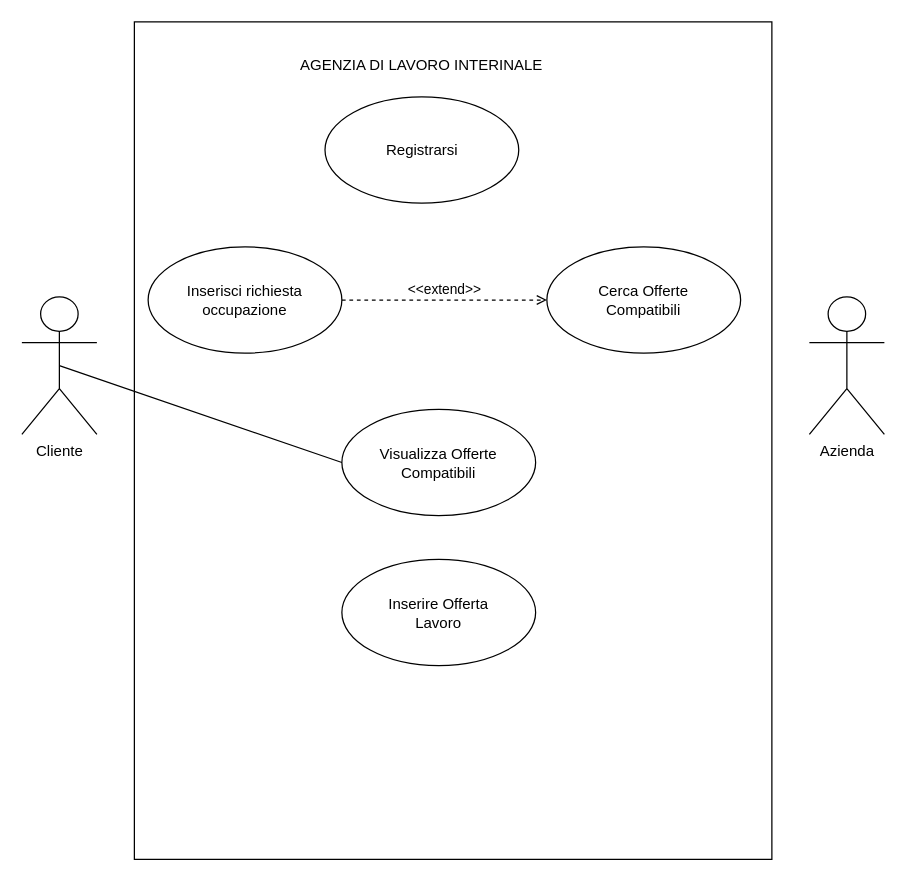
The draw.io diagram Diagramma senza titolo.drawio in RafidISL/DiagrammiUML, before the edit. Source tidied: cells renumbered, new cells numbered last; positions are measured from the earlier drawing's top-left corner, leaving out a move shared by most shapes. Both pictures are drawn from the tidied source at 125%, with x=0, y=0 at pixel (21, 21).
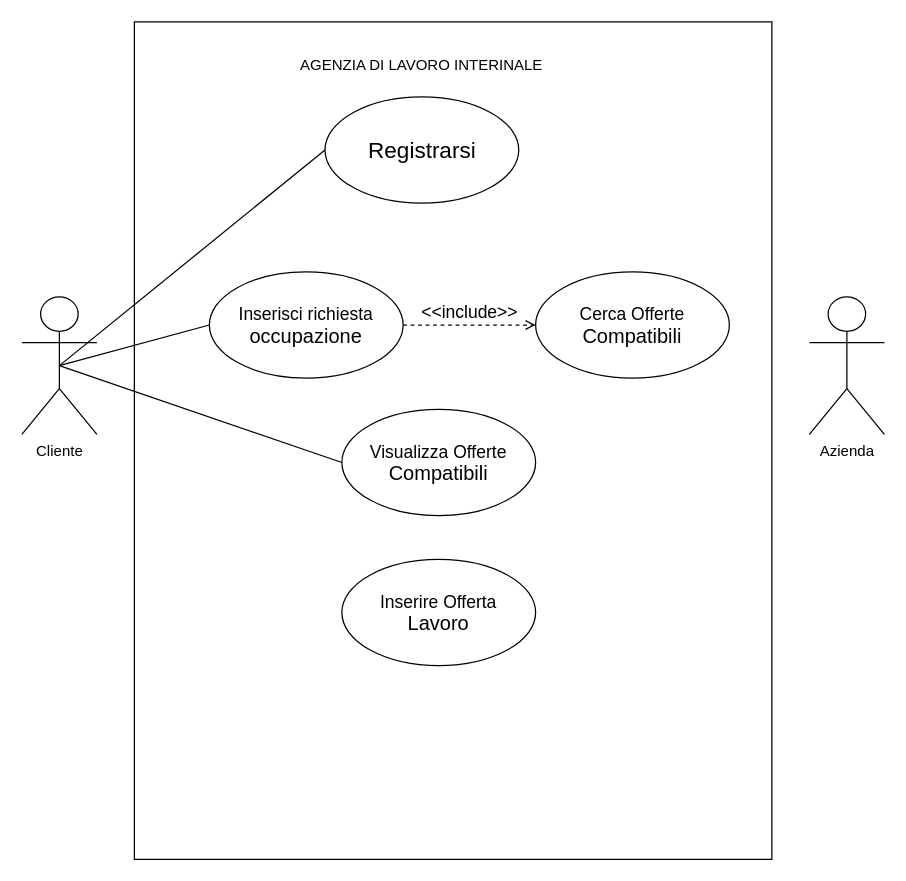
The same diagram, later.

What changed in the source:
```diff
@@
 <mxGraphModel>
   <root>
     <mxCell id="0" />
     <mxCell id="1" parent="0" />
     <mxCell id="2" style="rounded=0;whiteSpace=wrap;html=1;fillColor=none;" parent="1" vertex="1">
       <mxGeometry x="90" width="510" height="670" as="geometry" />
     </mxCell>
-    <mxCell id="3" value="Registrarsi" style="ellipse;whiteSpace=wrap;html=1;" parent="1" vertex="1">
+    <mxCell id="3" value="&lt;font style=&quot;font-size: 18px;&quot;&gt;Registrarsi&lt;/font&gt;" style="ellipse;whiteSpace=wrap;html=1;" parent="1" vertex="1">
       <mxGeometry x="242.5" y="60" width="155" height="85" as="geometry" />
     </mxCell>
     <mxCell id="4" value="AGENZIA DI LAVORO INTERINALE" style="text;html=1;whiteSpace=wrap;strokeColor=none;fillColor=none;align=center;verticalAlign=middle;rounded=0;" parent="1" vertex="1">
       <mxGeometry x="215" y="20" width="210" height="30" as="geometry" />
     </mxCell>
     <mxCell id="5" value="Cliente" style="shape=umlActor;verticalLabelPosition=bottom;verticalAlign=top;html=1;outlineConnect=0;" parent="1" vertex="1">
       <mxGeometry y="220" width="60" height="110" as="geometry" />
     </mxCell>
     <mxCell id="6" value="Azienda" style="shape=umlActor;verticalLabelPosition=bottom;verticalAlign=top;html=1;" parent="1" vertex="1">
       <mxGeometry x="630" y="220" width="60" height="110" as="geometry" />
     </mxCell>
-    <mxCell id="7" value="Inserisci richiesta&lt;div&gt;occupazione&lt;/div&gt;" style="ellipse;whiteSpace=wrap;html=1;" parent="1" vertex="1">
-      <mxGeometry x="101" y="180" width="155" height="85" as="geometry" />
+    <mxCell id="7" value="&lt;font style=&quot;font-size: 14px;&quot;&gt;Inserisci richiesta&lt;/font&gt;&lt;div&gt;&lt;font size=&quot;3&quot;&gt;occupazione&lt;/font&gt;&lt;/div&gt;" style="ellipse;whiteSpace=wrap;html=1;" parent="1" vertex="1">
+      <mxGeometry x="150" y="200" width="155" height="85" as="geometry" />
     </mxCell>
-    <mxCell id="8" value="Inserire Offerta&lt;div&gt;Lavoro&lt;/div&gt;" style="ellipse;whiteSpace=wrap;html=1;" parent="1" vertex="1">
+    <mxCell id="8" value="&lt;font style=&quot;font-size: 14px;&quot;&gt;Inserire Offerta&lt;/font&gt;&lt;div&gt;&lt;font size=&quot;3&quot;&gt;Lavoro&lt;/font&gt;&lt;/div&gt;" style="ellipse;whiteSpace=wrap;html=1;" parent="1" vertex="1">
       <mxGeometry x="256" y="430" width="155" height="85" as="geometry" />
     </mxCell>
-    <mxCell id="9" value="Visualizza Offerte&lt;div&gt;Compatibili&lt;/div&gt;" style="ellipse;whiteSpace=wrap;html=1;" parent="1" vertex="1">
+    <mxCell id="9" value="&lt;font style=&quot;font-size: 14px;&quot;&gt;Visualizza Offerte&lt;/font&gt;&lt;div&gt;&lt;font size=&quot;3&quot;&gt;Compatibili&lt;/font&gt;&lt;/div&gt;" style="ellipse;whiteSpace=wrap;html=1;" parent="1" vertex="1">
       <mxGeometry x="256" y="310" width="155" height="85" as="geometry" />
     </mxCell>
     <mxCell id="10" style="endArrow=none;html=1;rounded=0;exitX=0.5;exitY=0.5;exitDx=0;exitDy=0;exitPerimeter=0;entryX=0;entryY=0.5;entryDx=0;entryDy=0;" parent="1" edge="1" source="5" target="9">
       <mxGeometry relative="1" as="geometry" />
     </mxCell>
-    <mxCell id="11" value="Cerca Offerte&lt;div&gt;Compatibili&lt;/div&gt;" style="ellipse;whiteSpace=wrap;html=1;" parent="1" vertex="1">
-      <mxGeometry x="420" y="180" width="155" height="85" as="geometry" />
+    <mxCell id="11" value="&lt;font style=&quot;font-size: 14px;&quot;&gt;Cerca Offerte&lt;/font&gt;&lt;div&gt;&lt;font size=&quot;3&quot;&gt;Compatibili&lt;/font&gt;&lt;/div&gt;" style="ellipse;whiteSpace=wrap;html=1;" parent="1" vertex="1">
+      <mxGeometry x="411" y="200" width="155" height="85" as="geometry" />
     </mxCell>
-    <mxCell id="12" value="&amp;lt;&amp;lt;extend&amp;gt;&amp;gt;" style="html=1;verticalAlign=bottom;labelBackgroundColor=none;endArrow=open;endFill=0;dashed=1;rounded=0;exitX=1;exitY=0.5;exitDx=0;exitDy=0;entryX=0;entryY=0.5;entryDx=0;entryDy=0;" parent="1" edge="1" source="7" target="11">
+    <mxCell id="12" value="&lt;font style=&quot;font-size: 14px;&quot;&gt;&amp;lt;&amp;lt;include&amp;gt;&amp;gt;&lt;/font&gt;" style="html=1;verticalAlign=bottom;labelBackgroundColor=none;endArrow=open;endFill=0;dashed=1;rounded=0;exitX=1;exitY=0.5;exitDx=0;exitDy=0;entryX=0;entryY=0.5;entryDx=0;entryDy=0;" parent="1" edge="1" source="7" target="11">
       <mxGeometry relative="1" as="geometry" />
     </mxCell>
+    <mxCell id="13" style="endArrow=none;html=1;rounded=0;exitX=0.5;exitY=0.5;exitDx=0;exitDy=0;exitPerimeter=0;entryX=0;entryY=0.5;entryDx=0;entryDy=0;" parent="1" edge="1" source="5" target="3">
+      <mxGeometry relative="1" as="geometry" />
+    </mxCell>
+    <mxCell id="14" style="endArrow=none;html=1;rounded=0;exitX=0.5;exitY=0.5;exitDx=0;exitDy=0;exitPerimeter=0;entryX=0;entryY=0.5;entryDx=0;entryDy=0;" parent="1" edge="1" source="5" target="7">
+      <mxGeometry relative="1" as="geometry" />
+    </mxCell>
   </root>
 </mxGraphModel>
```
